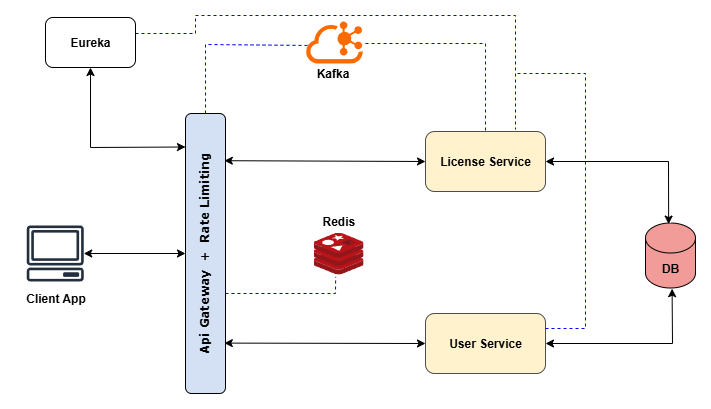
Above: Ratelimit.png in Snigdah/images (draw.io), before the change. Source tidied: cells renumbered, new cells last; positions are measured from the earlier drawing's top-left corner, leaving out a move shared by most shapes.
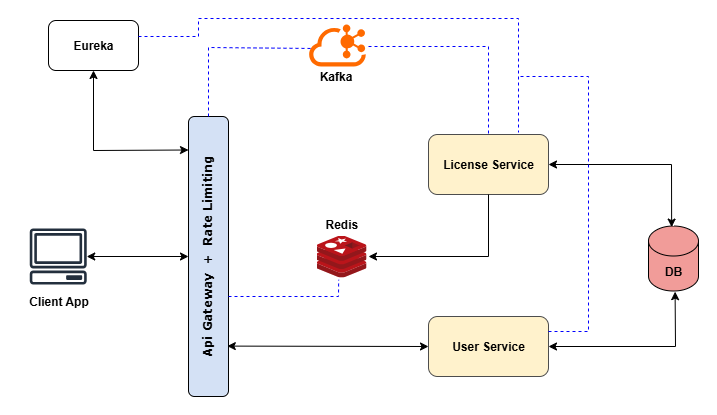
The same file after the commit.

The edit, as a diff of the source:
```diff
@@ -45,11 +45,6 @@
     <mxCell id="12" value="&lt;b&gt;User Service&lt;/b&gt;" style="rounded=1;whiteSpace=wrap;html=1;strokeColor=#4D4D4D;fillColor=#FFF2CC;" parent="1" vertex="1">
       <mxGeometry x="410" y="298" width="120" height="60" as="geometry" />
     </mxCell>
-    <mxCell id="13" style="endArrow=classic;startArrow=classic;html=1;rounded=0;exitX=0.927;exitY=1.023;exitDx=0;exitDy=0;exitPerimeter=0;entryX=0;entryY=0.5;entryDx=0;entryDy=0;" parent="1" edge="1" target="8">
-      <mxGeometry relative="1" as="geometry">
-        <mxPoint x="208.8" y="145.2" as="sourcePoint" />
-      </mxGeometry>
-    </mxCell>
     <mxCell id="14" style="endArrow=classic;startArrow=classic;html=1;rounded=0;exitX=0.927;exitY=1.023;exitDx=0;exitDy=0;exitPerimeter=0;entryX=0;entryY=0.5;entryDx=0;entryDy=0;" parent="1" edge="1" target="12">
       <mxGeometry relative="1" as="geometry">
         <mxPoint x="208.8" y="327.6" as="sourcePoint" />
@@ -118,5 +113,13 @@
         </Array>
       </mxGeometry>
     </mxCell>
+    <mxCell id="25" style="endArrow=classic;html=1;rounded=0;exitX=0.5;exitY=1;exitDx=0;exitDy=0;" parent="1" edge="1" source="8">
+      <mxGeometry relative="1" as="geometry">
+        <mxPoint x="350" y="238" as="targetPoint" />
+        <Array as="points">
+          <mxPoint x="470" y="238" />
+        </Array>
+      </mxGeometry>
+    </mxCell>
   </root>
 </mxGraphModel>
```
